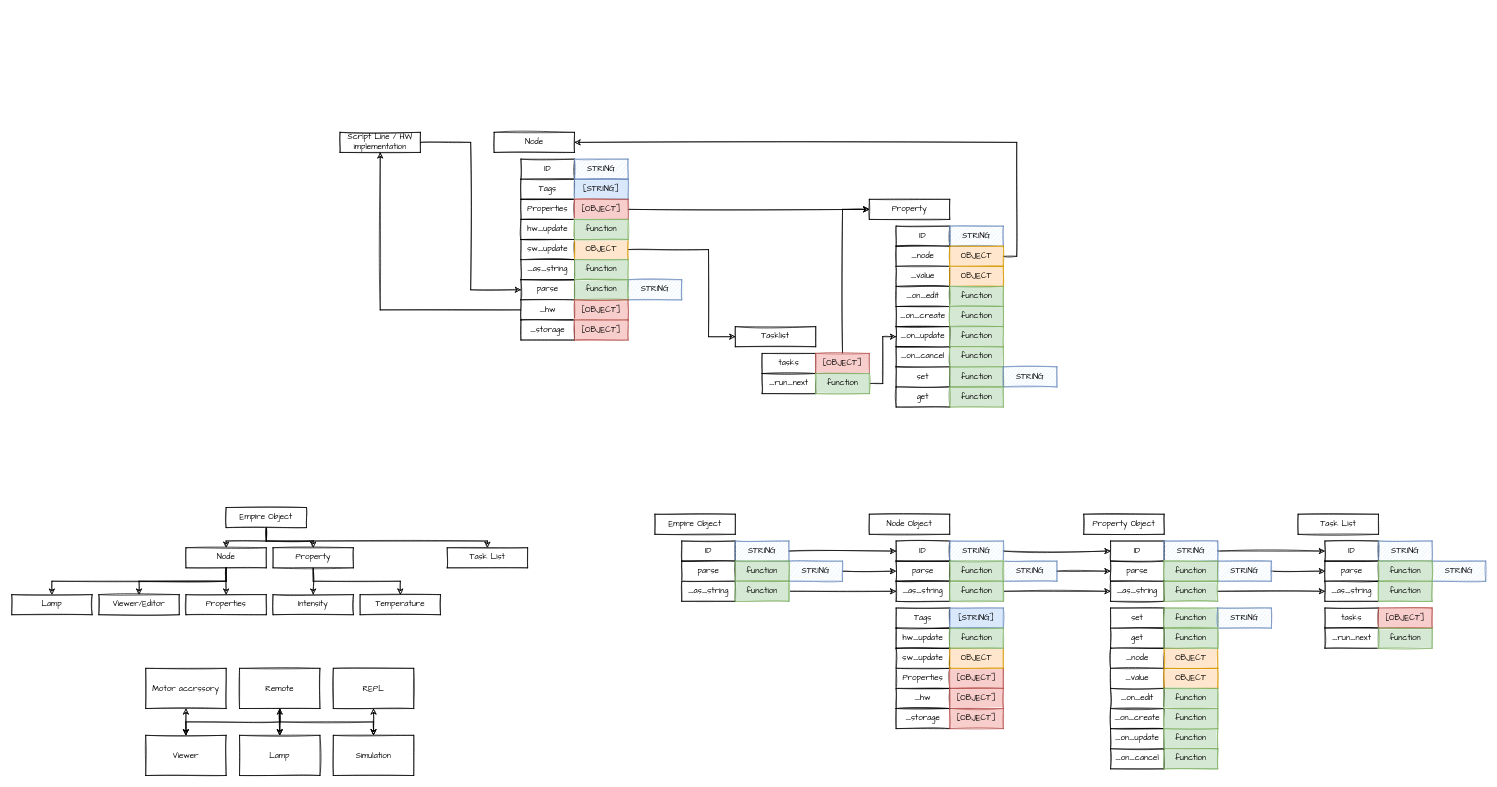
This is empire/Untitled Diagram.drawio from empire-ai/EmpireNode, a draw.io file, before an edit. Source tidied: cells renumbered, new cells numbered last; positions are measured from the earlier drawing's top-left corner, leaving out a move shared by most shapes. Both pictures are drawn from the tidied source at 67%, with x=0, y=0 at pixel (11, 132).
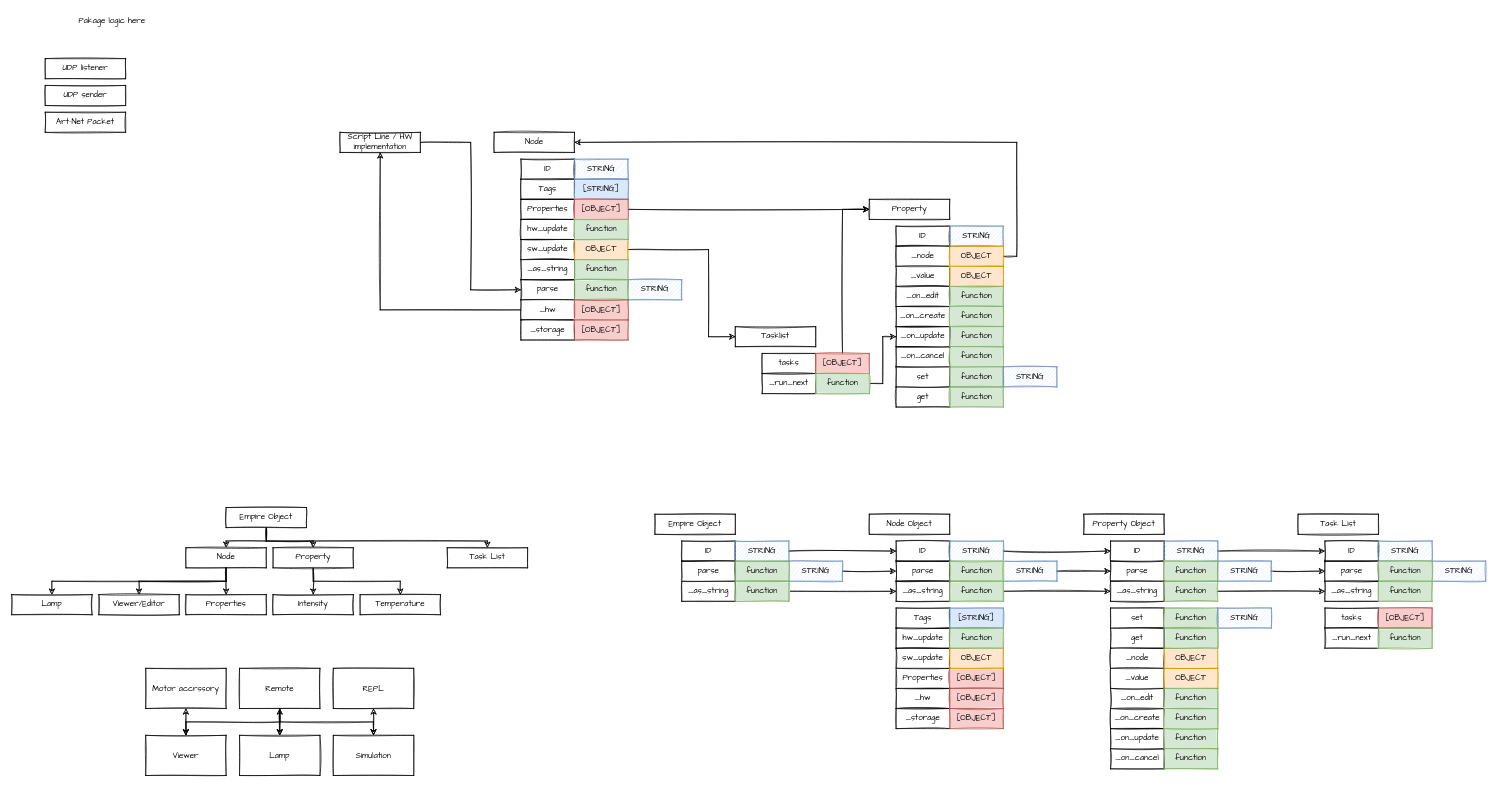
The same page after the edit.

Diff of the diagram source:
```diff
@@
+    <mxCell id="158" value="Pakage logic here" style="text;html=1;strokeColor=none;fillColor=none;align=center;verticalAlign=middle;whiteSpace=wrap;rounded=0;sketch=1;fillStyle=solid;fontFamily=Architects Daughter;" parent="1" vertex="1">
+      <mxGeometry x="40" y="-180" width="220" height="30" as="geometry" />
+    </mxCell>
+    <mxCell id="159" value="UDP listener" style="rounded=0;whiteSpace=wrap;html=1;sketch=1;fontFamily=Architects Daughter;" parent="1" vertex="1">
+      <mxGeometry x="50" y="-110" width="120" height="30" as="geometry" />
+    </mxCell>
+    <mxCell id="160" value="UDP sender" style="rounded=0;whiteSpace=wrap;html=1;sketch=1;fontFamily=Architects Daughter;" parent="1" vertex="1">
+      <mxGeometry x="50" y="-70" width="120" height="30" as="geometry" />
+    </mxCell>
+    <mxCell id="161" value="Art-Net Packet" style="rounded=0;whiteSpace=wrap;html=1;sketch=1;fontFamily=Architects Daughter;" parent="1" vertex="1">
+      <mxGeometry x="50" y="-30" width="120" height="30" as="geometry" />
+    </mxCell>
```
